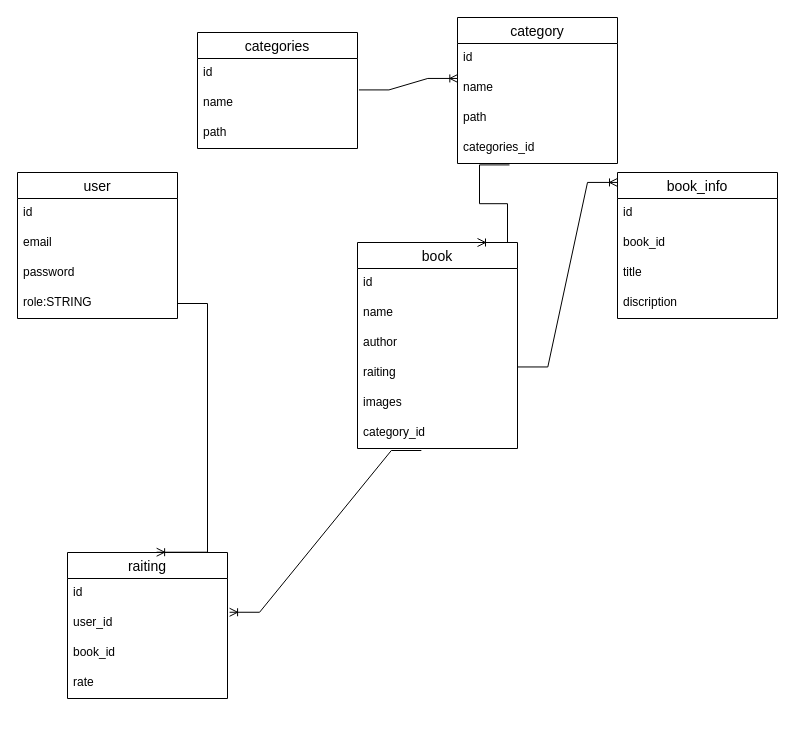
Earlier version of the draw.io diagram book_library_diagram.drawio (DiMaN4iK977/sprint1-DiMaN4iK977). Source tidied: cells renumbered, new cells numbered last; positions are measured from the earlier drawing's top-left corner, leaving out a move shared by most shapes. Both pictures are drawn from the tidied source at 100%, with x=0, y=0 at pixel (17, 17).
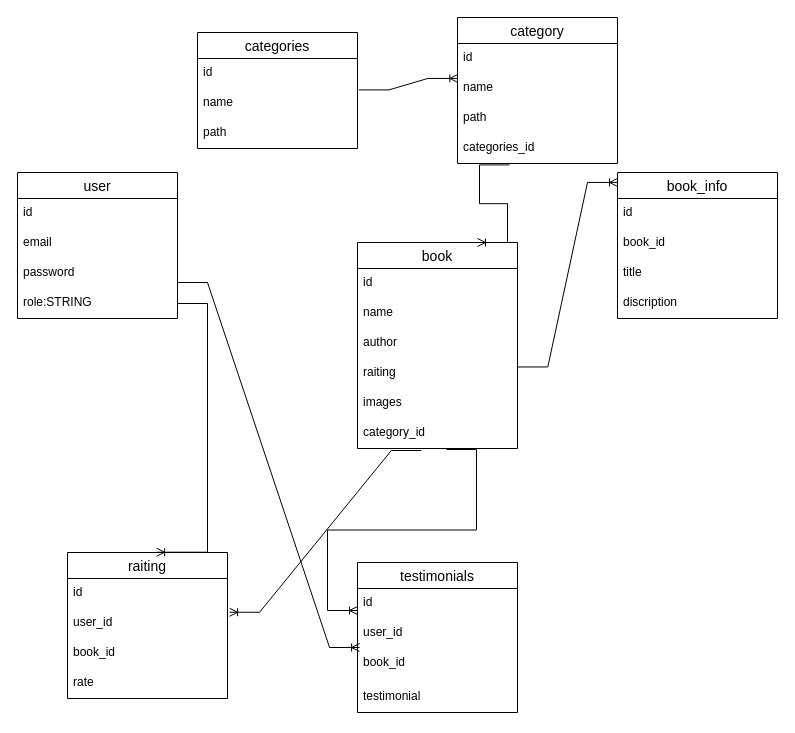
Above is the later version.

The change refers to these unchanged cells:
```xml
<mxCell id="13" value="category_id&#10;" style="text;strokeColor=none;fillColor=none;spacingLeft=4;spacingRight=4;overflow=hidden;points=[[0,0.5],[1,0.5]];portConstraint=eastwest;fontSize=12;" parent="7" vertex="1">
  <mxGeometry y="176" width="160" height="30" as="geometry" />
</mxCell>
```

What changed in the source:
```diff
@@
+    <mxCell id="38" value="testimonials" style="swimlane;fontStyle=0;horizontal=1;startSize=26;align=center;fontSize=14;" parent="1" vertex="1">
+      <mxGeometry x="340" y="545" width="160" height="150" as="geometry" />
+    </mxCell>
+    <mxCell id="39" value="id" style="text;strokeColor=none;fillColor=none;spacingLeft=4;spacingRight=4;overflow=hidden;fontSize=12;whiteSpace=wrap;html=1;" parent="38" vertex="1">
+      <mxGeometry y="26" width="160" height="30" as="geometry" />
+    </mxCell>
+    <mxCell id="40" value="user_id&lt;br&gt;" style="text;strokeColor=none;fillColor=none;spacingLeft=4;spacingRight=4;overflow=hidden;fontSize=12;whiteSpace=wrap;html=1;" parent="38" vertex="1">
+      <mxGeometry y="56" width="160" height="30" as="geometry" />
+    </mxCell>
+    <mxCell id="41" value="book_id&lt;br&gt;" style="text;strokeColor=none;fillColor=none;spacingLeft=4;spacingRight=4;overflow=hidden;points=[[0,0.5],[1,0.5]];portConstraint=eastwest;fontSize=12;whiteSpace=wrap;html=1;" parent="38" vertex="1">
+      <mxGeometry y="86" width="160" height="34" as="geometry" />
+    </mxCell>
+    <mxCell id="42" value="testimonial&lt;br&gt;" style="text;strokeColor=none;fillColor=none;spacingLeft=4;spacingRight=4;overflow=hidden;fontSize=12;whiteSpace=wrap;html=1;" parent="38" vertex="1">
+      <mxGeometry y="120" width="160" height="30" as="geometry" />
+    </mxCell>
+    <mxCell id="43" style="edgeStyle=entityRelationEdgeStyle;fontSize=12;html=1;endArrow=ERoneToMany;rounded=0;exitX=0.556;exitY=1.033;exitDx=0;exitDy=0;exitPerimeter=0;entryX=1.013;entryY=0.125;entryDx=0;entryDy=0;entryPerimeter=0;" parent="1" edge="1" source="13">
+      <mxGeometry relative="1" as="geometry">
+        <mxPoint x="340" y="593" as="targetPoint" />
+      </mxGeometry>
+    </mxCell>
+    <mxCell id="44" style="edgeStyle=entityRelationEdgeStyle;fontSize=12;html=1;endArrow=ERoneToMany;rounded=0;entryX=0.013;entryY=-0.029;entryDx=0;entryDy=0;entryPerimeter=0;" parent="1" edge="1" target="41">
+      <mxGeometry relative="1" as="geometry">
+        <mxPoint x="160" y="265" as="sourcePoint" />
+      </mxGeometry>
+    </mxCell>
```
